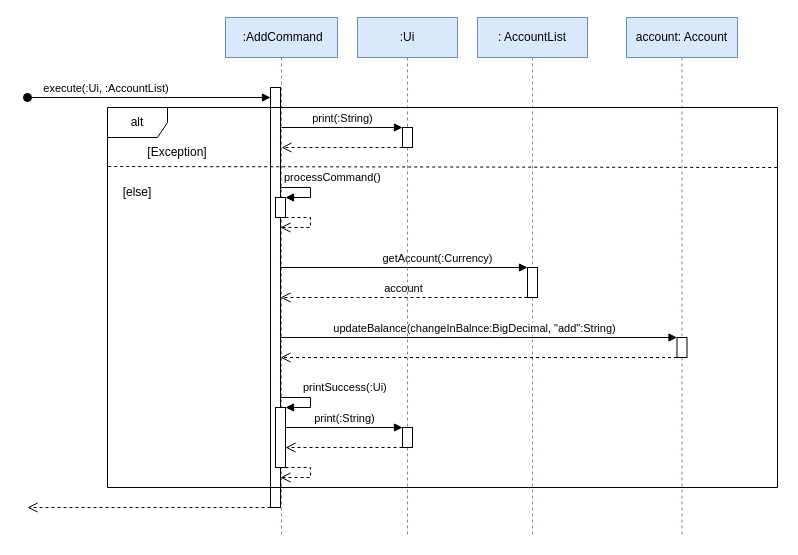
The draw.io diagram docs/diagrams/AddCommandSeqDiagram.drawio in woowenjun99/tp, before the edit. Source tidied: cells renumbered, new cells numbered last; positions are measured from the earlier drawing's top-left corner, leaving out a move shared by most shapes. Both pictures are drawn from the tidied source at 100%, with x=0, y=0 at pixel (27, 17).
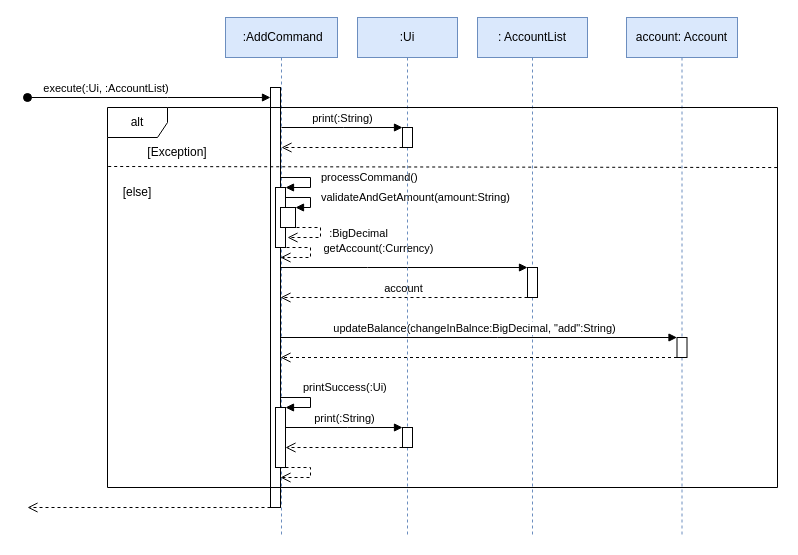
The same diagram, later.

Commit message (it also covers changes not shown here):
Update UG and sequenc diagram image

The change refers to these unchanged cells:
```xml
<mxCell id="2" value="&amp;nbsp;:AddCommand" style="shape=umlLifeline;perimeter=lifelinePerimeter;whiteSpace=wrap;html=1;newEdgeStyle={&quot;edgeStyle&quot;:&quot;elbowEdgeStyle&quot;,&quot;elbow&quot;:&quot;vertical&quot;,&quot;curved&quot;:0,&quot;rounded&quot;:0};fillColor=#dae8fc;strokeColor=#6c8ebf;" parent="1" vertex="1">
  <mxGeometry x="198" width="112" height="520" as="geometry" />
</mxCell>
<mxCell id="3" style="html=1;points=[];perimeter=orthogonalPerimeter;outlineConnect=0;targetShapes=umlLifeline;portConstraint=eastwest;newEdgeStyle={&quot;edgeStyle&quot;:&quot;elbowEdgeStyle&quot;,&quot;elbow&quot;:&quot;vertical&quot;,&quot;curved&quot;:0,&quot;rounded&quot;:0};" parent="2" vertex="1">
  <mxGeometry x="45" y="70" width="10" height="420" as="geometry" />
</mxCell>
<mxCell id="12" style="html=1;points=[];perimeter=orthogonalPerimeter;outlineConnect=0;targetShapes=umlLifeline;portConstraint=eastwest;newEdgeStyle={&quot;edgeStyle&quot;:&quot;elbowEdgeStyle&quot;,&quot;elbow&quot;:&quot;vertical&quot;,&quot;curved&quot;:0,&quot;rounded&quot;:0};" parent="11" vertex="1">
  <mxGeometry x="50" y="250" width="10" height="30" as="geometry" />
</mxCell>
```

The edit, as a diff of the source:
```diff
@@
     <mxCell id="4" style="html=1;points=[];perimeter=orthogonalPerimeter;outlineConnect=0;targetShapes=umlLifeline;portConstraint=eastwest;newEdgeStyle={&quot;edgeStyle&quot;:&quot;elbowEdgeStyle&quot;,&quot;elbow&quot;:&quot;vertical&quot;,&quot;curved&quot;:0,&quot;rounded&quot;:0};" parent="2" vertex="1">
-      <mxGeometry x="50" y="180" width="10" height="20" as="geometry" />
+      <mxGeometry x="50" y="170" width="10" height="60" as="geometry" />
     </mxCell>
     <mxCell id="5" value="processCommand()" style="html=1;align=left;spacingLeft=2;endArrow=block;rounded=0;edgeStyle=orthogonalEdgeStyle;curved=0;rounded=0;" parent="2" edge="1" target="4">
-      <mxGeometry x="-1" y="10" relative="1" as="geometry">
+      <mxGeometry x="0.07" y="7" relative="1" as="geometry">
         <mxPoint x="55" y="170" as="sourcePoint" />
         <Array as="points">
+          <mxPoint x="55" y="160" />
+          <mxPoint x="85" y="160" />
           <mxPoint x="85" y="170" />
-          <mxPoint x="85" y="180" />
         </Array>
       </mxGeometry>
     </mxCell>
-    <mxCell id="6" style="html=1;verticalAlign=bottom;endArrow=open;dashed=1;endSize=8;edgeStyle=orthogonalEdgeStyle;elbow=vertical;rounded=0;" parent="2" edge="1" source="4">
+    <mxCell id="6" style="html=1;verticalAlign=bottom;endArrow=open;dashed=1;endSize=8;edgeStyle=orthogonalEdgeStyle;elbow=vertical;rounded=0;" parent="2" edge="1" target="3">
       <mxGeometry relative="1" as="geometry">
-        <mxPoint x="55" y="210" as="targetPoint" />
+        <mxPoint x="55" y="230" as="sourcePoint" />
         <Array as="points">
-          <mxPoint x="85" y="200" />
-          <mxPoint x="85" y="210" />
+          <mxPoint x="55" y="230" />
+          <mxPoint x="85" y="230" />
+          <mxPoint x="85" y="240" />
         </Array>
       </mxGeometry>
     </mxCell>
@@
+    <mxCell id="31" style="html=1;points=[];perimeter=orthogonalPerimeter;outlineConnect=0;targetShapes=umlLifeline;portConstraint=eastwest;newEdgeStyle={&quot;edgeStyle&quot;:&quot;elbowEdgeStyle&quot;,&quot;elbow&quot;:&quot;vertical&quot;,&quot;curved&quot;:0,&quot;rounded&quot;:0};" parent="2" vertex="1">
+      <mxGeometry x="55" y="190" width="15" height="20" as="geometry" />
+    </mxCell>
+    <mxCell id="32" value="validateAndGetAmount(amount:String)" style="html=1;align=left;spacingLeft=2;endArrow=block;rounded=0;edgeStyle=orthogonalEdgeStyle;curved=0;rounded=0;" parent="2" edge="1" source="4" target="31">
+      <mxGeometry y="7" relative="1" as="geometry">
+        <Array as="points">
+          <mxPoint x="85" y="180" />
+          <mxPoint x="85" y="190" />
+          <mxPoint x="63" y="190" />
+        </Array>
+      </mxGeometry>
+    </mxCell>
@@
     <mxCell id="13" value="getAccount(:Currency)" style="html=1;verticalAlign=bottom;endArrow=block;edgeStyle=elbowEdgeStyle;elbow=vertical;curved=0;rounded=0;" parent="1" edge="1" target="12">
-      <mxGeometry x="0.27" relative="1" as="geometry">
+      <mxGeometry x="-0.21" y="10" relative="1" as="geometry">
         <mxPoint x="253" y="250" as="sourcePoint" />
         <Array as="points">
           <mxPoint x="340" y="250" />
         </Array>
       </mxGeometry>
     </mxCell>
@@
+    <mxCell id="33" style="html=1;verticalAlign=bottom;endArrow=open;dashed=1;endSize=8;edgeStyle=orthogonalEdgeStyle;elbow=vertical;rounded=0;" parent="1" edge="1">
+      <mxGeometry relative="1" as="geometry">
+        <mxPoint x="263" y="210" as="sourcePoint" />
+        <mxPoint x="260" y="220" as="targetPoint" />
+        <Array as="points">
+          <mxPoint x="263" y="210" />
+          <mxPoint x="293" y="210" />
+          <mxPoint x="293" y="220" />
+        </Array>
+      </mxGeometry>
+    </mxCell>
+    <mxCell id="34" value=":BigDecimal" style="edgeLabel;html=1;align=center;verticalAlign=middle;" parent="33" vertex="1">
+      <mxGeometry x="-0.04" y="-1" relative="1" as="geometry">
+        <mxPoint x="38" as="offset" />
+      </mxGeometry>
+    </mxCell>
```
